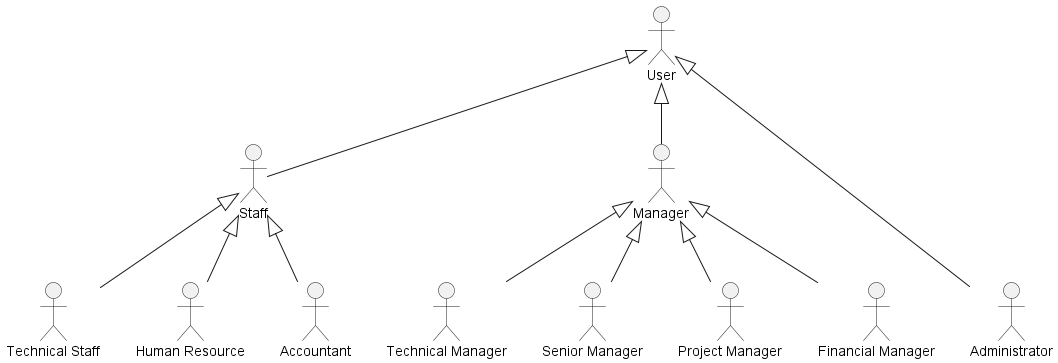
mahyaresteki/Horizon keeps this PlantUML diagram as HorizonUml/out/UseCase/Actor/ActorDiagram.png. Above is the earlier version.
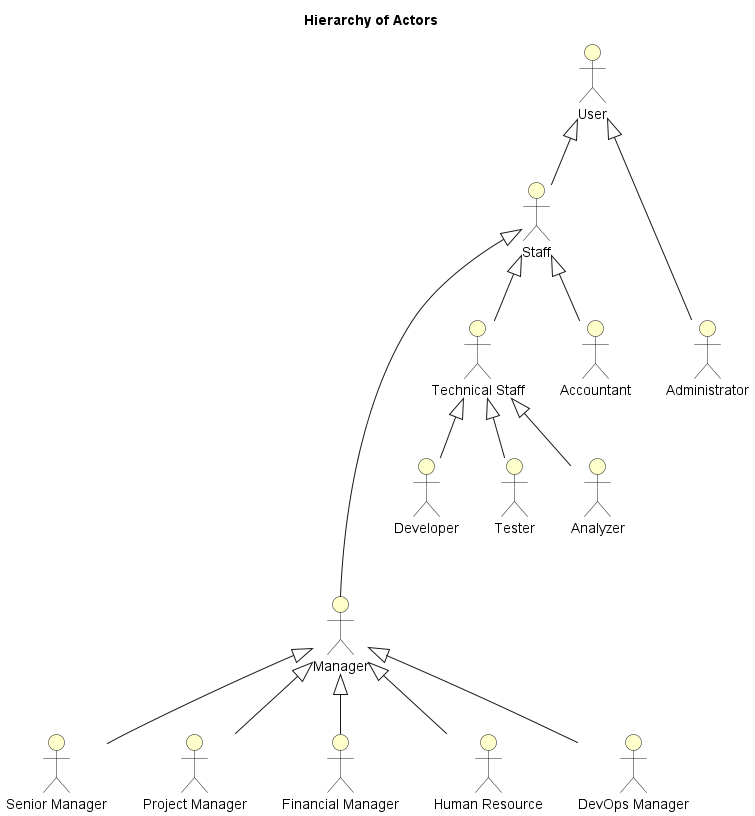
Above is the later version.

What changed in the source:
```diff
@@ -1,28 +1,40 @@
 @startuml
+
+skinparam actorBackgroundColor #Business
+
+title Hierarchy of Actors
 
 :User: as User
 :Staff: as Staff
 :Manager: as Manager
 :Technical Staff: as TechnicalStaff
 :Manager: as Manager
-:Technical Manager: as TechnicalManager
 :Senior Manager: as SeniorManager
 :Project Manager: as PMO
 :Financial Manager: as Fmanager
 :Administrator: as Admin
 :Human Resource: as HR
 :Accountant: as Accountant
-
+:DevOps Manager: as DevOpsManager
+:Developer: as Developer
+:Tester: as Tester
+:Analyzer: as Analyzer
 
 User <|--- Admin
-User <|-- Manager
 User <|-- Staff
+
 Staff <|-- TechnicalStaff
-Staff <|-- HR
 Staff <|-- Accountant
+Staff <|---- Manager
+
+TechnicalStaff <|-- Developer
+TechnicalStaff <|-- Tester
+TechnicalStaff <|-- Analyzer
+
 Manager <|-- SeniorManager
-Manager <|-- TechnicalManager
 Manager <|-- PMO
 Manager <|-- Fmanager
+Manager <|-- DevOpsManager
+Manager <|-- HR
 
 @enduml
```
